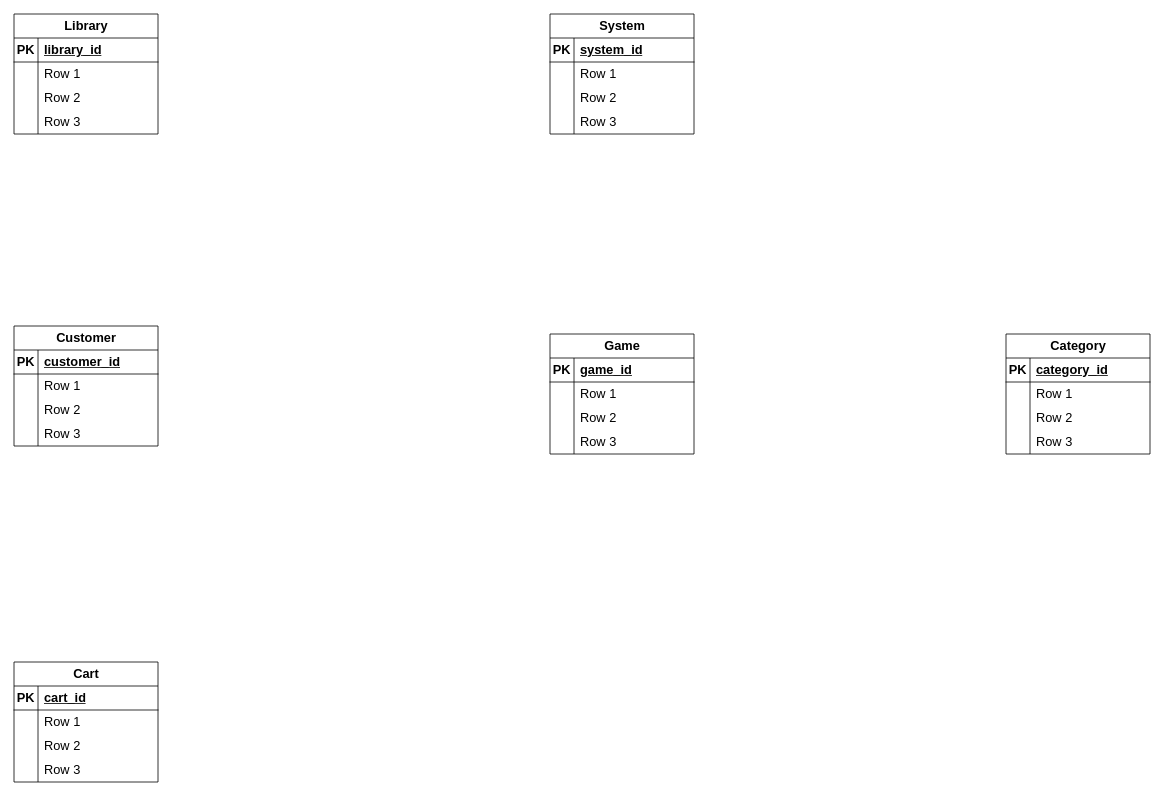
Before: Biểu đồ không có tiêu đề.drawio in NbDev82/game-store-app, a draw.io diagram. Source tidied: cells renumbered, new cells numbered last; positions are measured from the earlier drawing's top-left corner, leaving out a move shared by most shapes. Both pictures are drawn from the tidied source at 80%, with x=0, y=0 at pixel (14, 14).
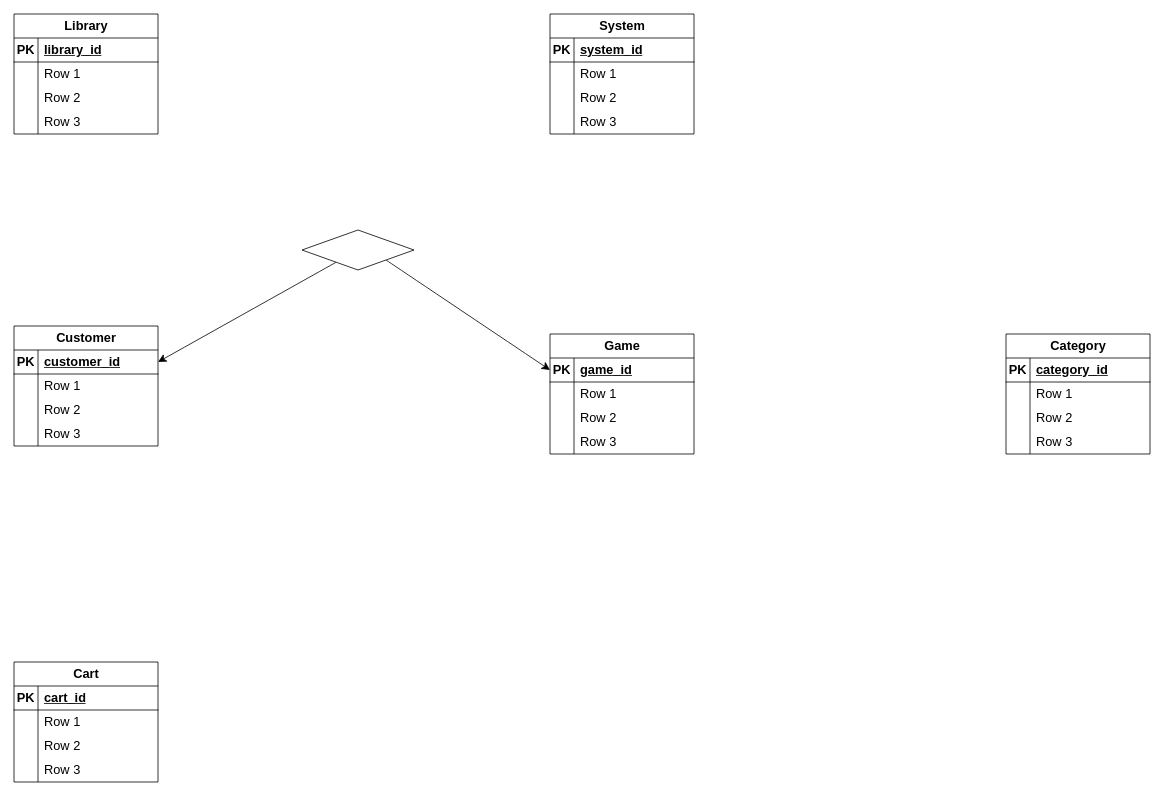
Above is the later version.

Commit message:
Cập nhật Biểu đồ không có tiêu đề.drawio

The change refers to these unchanged cells:
```xml
<mxCell id="3" style="shape=tableRow;horizontal=0;startSize=0;swimlaneHead=0;swimlaneBody=0;fillColor=none;points=[[0,0.5],[1,0.5]];portConstraint=eastwest;top=0;left=0;right=0;bottom=1;fontSize=16;" parent="2" vertex="1">
  <mxGeometry y="30" width="180" height="30" as="geometry" />
</mxCell>
<mxCell id="16" style="shape=tableRow;horizontal=0;startSize=0;swimlaneHead=0;swimlaneBody=0;fillColor=none;points=[[0,0.5],[1,0.5]];portConstraint=eastwest;top=0;left=0;right=0;bottom=1;fontSize=16;" parent="15" vertex="1">
  <mxGeometry y="30" width="180" height="30" as="geometry" />
</mxCell>
```

Diff of the diagram source:
```diff
@@
+    <mxCell id="80" style="edgeStyle=none;curved=1;rounded=0;jettySize=auto;html=1;entryX=1;entryY=0.5;entryDx=0;entryDy=0;fontSize=12;startSize=8;endSize=8;" parent="1" edge="1" source="82" target="3">
+      <mxGeometry relative="1" as="geometry" />
+    </mxCell>
+    <mxCell id="81" style="edgeStyle=none;curved=1;rounded=0;jettySize=auto;html=1;exitX=1;exitY=1;exitDx=0;exitDy=0;entryX=0;entryY=0.5;entryDx=0;entryDy=0;fontSize=12;startSize=8;endSize=8;" parent="1" edge="1" source="82" target="16">
+      <mxGeometry relative="1" as="geometry" />
+    </mxCell>
+    <mxCell id="82" style="rhombus;whiteSpace=wrap;html=1;fontSize=16;" parent="1" vertex="1">
+      <mxGeometry x="360" y="270" width="140" height="50" as="geometry" />
+    </mxCell>
```
